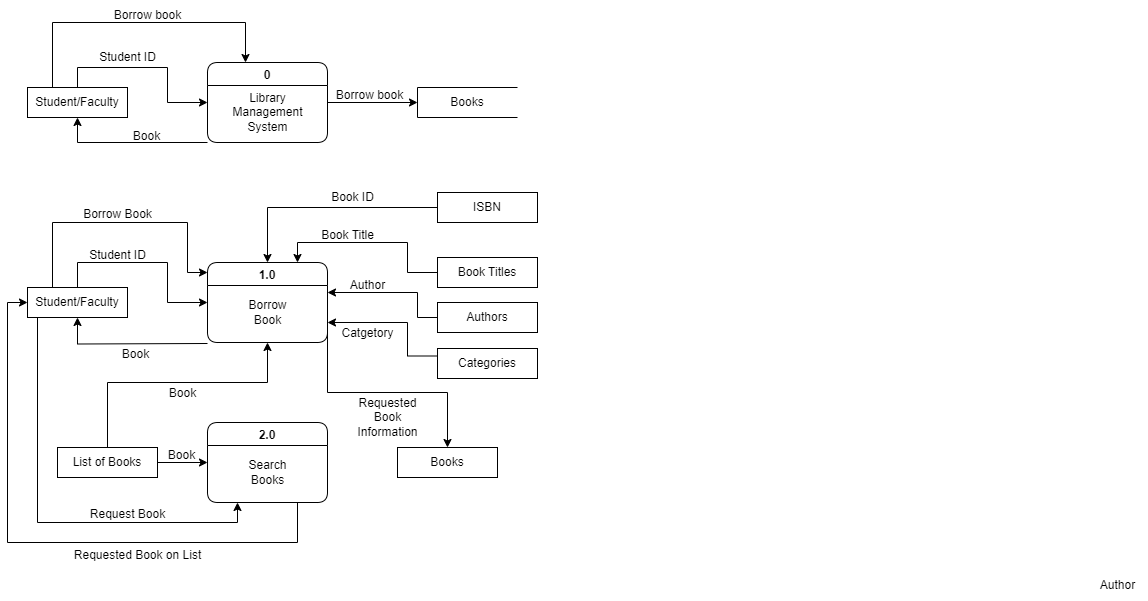
The draw.io diagram data_flow.drawio.png in Jayrou12345/Flowchart, before a commit. Source tidied: cells renumbered, new cells last; positions are measured from the earlier drawing's top-left corner, leaving out a move shared by most shapes.
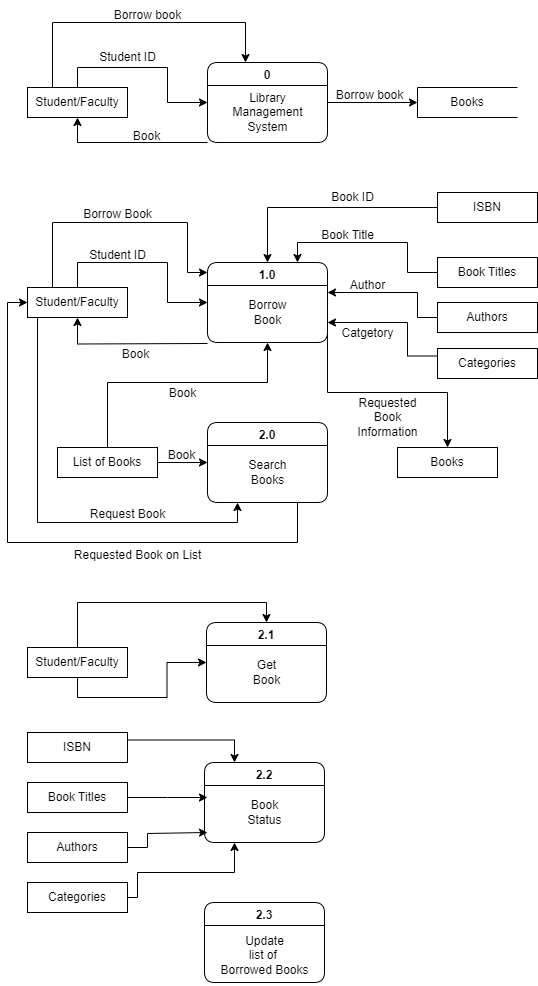
Later version of the same file.

Diff of the diagram source:
```diff
@@ -133,9 +133,6 @@
     <mxCell id="29" value="Book Title" style="text;html=1;align=center;verticalAlign=middle;strokeColor=none;fillColor=none;" parent="1" vertex="1">
       <mxGeometry x="300" y="220" width="80" height="30" as="geometry" />
     </mxCell>
-    <mxCell id="30" value="Author" style="text;html=1;align=center;verticalAlign=middle;strokeColor=none;fillColor=none;" parent="1" vertex="1">
-      <mxGeometry x="1080" y="570" width="60" height="30" as="geometry" />
-    </mxCell>
     <mxCell id="31" value="Borrow Book" style="text;html=1;align=center;verticalAlign=middle;strokeColor=none;fillColor=none;" parent="1" vertex="1">
       <mxGeometry x="65" y="199" width="90" height="30" as="geometry" />
     </mxCell>
@@ -211,5 +208,70 @@
     <mxCell id="49" value="Catgetory" style="text;html=1;align=center;verticalAlign=middle;strokeColor=none;fillColor=none;" parent="1" vertex="1">
       <mxGeometry x="320" y="318" width="80" height="30" as="geometry" />
     </mxCell>
+    <mxCell id="50" value="2.1" style="swimlane;rounded=1;startSize=23;" parent="1" vertex="1">
+      <mxGeometry x="199" y="622" width="120" height="80" as="geometry" />
+    </mxCell>
+    <mxCell id="51" value="Get&lt;br&gt;Book" style="text;html=1;align=center;verticalAlign=middle;strokeColor=none;fillColor=none;" parent="50" vertex="1">
+      <mxGeometry x="35" y="30" width="50" height="40" as="geometry" />
+    </mxCell>
+    <mxCell id="52" value="2.2" style="swimlane;rounded=1;startSize=23;" parent="1" vertex="1">
+      <mxGeometry x="197" y="762" width="120" height="80" as="geometry" />
+    </mxCell>
+    <mxCell id="53" value="Book&lt;br&gt;Status" style="text;html=1;align=center;verticalAlign=middle;strokeColor=none;fillColor=none;" parent="52" vertex="1">
+      <mxGeometry x="30" y="30" width="60" height="40" as="geometry" />
+    </mxCell>
+    <mxCell id="54" value="2.3" style="swimlane;rounded=1;" parent="1" vertex="1">
+      <mxGeometry x="197" y="902" width="120" height="80" as="geometry" />
+    </mxCell>
+    <mxCell id="55" value="Update&lt;br&gt;list of&amp;nbsp;&lt;br&gt;Borrowed Books" style="text;html=1;align=center;verticalAlign=middle;strokeColor=none;fillColor=none;" parent="54" vertex="1">
+      <mxGeometry x="5" y="23" width="110" height="60" as="geometry" />
+    </mxCell>
+    <mxCell id="56" style="edgeStyle=orthogonalEdgeStyle;rounded=0;jettySize=auto;html=1;exitX=0.5;exitY=1;exitDx=0;exitDy=0;entryX=0;entryY=0.5;entryDx=0;entryDy=0;" parent="1" edge="1" source="58" target="50">
+      <mxGeometry relative="1" as="geometry" />
+    </mxCell>
+    <mxCell id="57" style="edgeStyle=orthogonalEdgeStyle;rounded=0;jettySize=auto;html=1;exitX=0.5;exitY=0;exitDx=0;exitDy=0;entryX=0.5;entryY=0;entryDx=0;entryDy=0;" parent="1" edge="1" source="58" target="50">
+      <mxGeometry relative="1" as="geometry" />
+    </mxCell>
+    <mxCell id="58" value="Student/Faculty" style="html=1;dashed=0;whiteSpace=wrap;" parent="1" vertex="1">
+      <mxGeometry x="20" y="647" width="100" height="30" as="geometry" />
+    </mxCell>
+    <mxCell id="59" style="edgeStyle=orthogonalEdgeStyle;rounded=0;jettySize=auto;html=1;exitX=1;exitY=0.5;exitDx=0;exitDy=0;" parent="1" edge="1" source="60">
+      <mxGeometry relative="1" as="geometry">
+        <mxPoint x="200" y="797" as="targetPoint" />
+      </mxGeometry>
+    </mxCell>
+    <mxCell id="60" value="Book Titles" style="html=1;dashed=0;whiteSpace=wrap;" parent="1" vertex="1">
+      <mxGeometry x="20" y="782" width="100" height="30" as="geometry" />
+    </mxCell>
+    <mxCell id="61" style="edgeStyle=orthogonalEdgeStyle;rounded=0;jettySize=auto;html=1;exitX=1;exitY=0.5;exitDx=0;exitDy=0;" parent="1" edge="1" source="62">
+      <mxGeometry relative="1" as="geometry">
+        <mxPoint x="200" y="832" as="targetPoint" />
+        <Array as="points">
+          <mxPoint x="140" y="847" />
+          <mxPoint x="140" y="833" />
+        </Array>
+      </mxGeometry>
+    </mxCell>
+    <mxCell id="62" value="Authors" style="html=1;dashed=0;whiteSpace=wrap;" parent="1" vertex="1">
+      <mxGeometry x="20" y="832" width="100" height="30" as="geometry" />
+    </mxCell>
+    <mxCell id="63" style="edgeStyle=orthogonalEdgeStyle;rounded=0;jettySize=auto;html=1;exitX=1;exitY=0.5;exitDx=0;exitDy=0;entryX=0.25;entryY=1;entryDx=0;entryDy=0;" parent="1" edge="1" source="64" target="52">
+      <mxGeometry relative="1" as="geometry">
+        <Array as="points">
+          <mxPoint x="130" y="897" />
+          <mxPoint x="130" y="872" />
+          <mxPoint x="227" y="872" />
+        </Array>
+      </mxGeometry>
+    </mxCell>
+    <mxCell id="64" value="Categories" style="html=1;dashed=0;whiteSpace=wrap;" parent="1" vertex="1">
+      <mxGeometry x="20" y="882" width="100" height="30" as="geometry" />
+    </mxCell>
+    <mxCell id="65" style="edgeStyle=orthogonalEdgeStyle;rounded=0;jettySize=auto;html=1;exitX=1;exitY=0.25;exitDx=0;exitDy=0;entryX=0.25;entryY=0;entryDx=0;entryDy=0;" parent="1" edge="1" source="66" target="52">
+      <mxGeometry relative="1" as="geometry" />
+    </mxCell>
+    <mxCell id="66" value="ISBN" style="html=1;dashed=0;whiteSpace=wrap;" parent="1" vertex="1">
+      <mxGeometry x="20" y="732" width="100" height="30" as="geometry" />
+    </mxCell>
   </root>
 </mxGraphModel>
```
